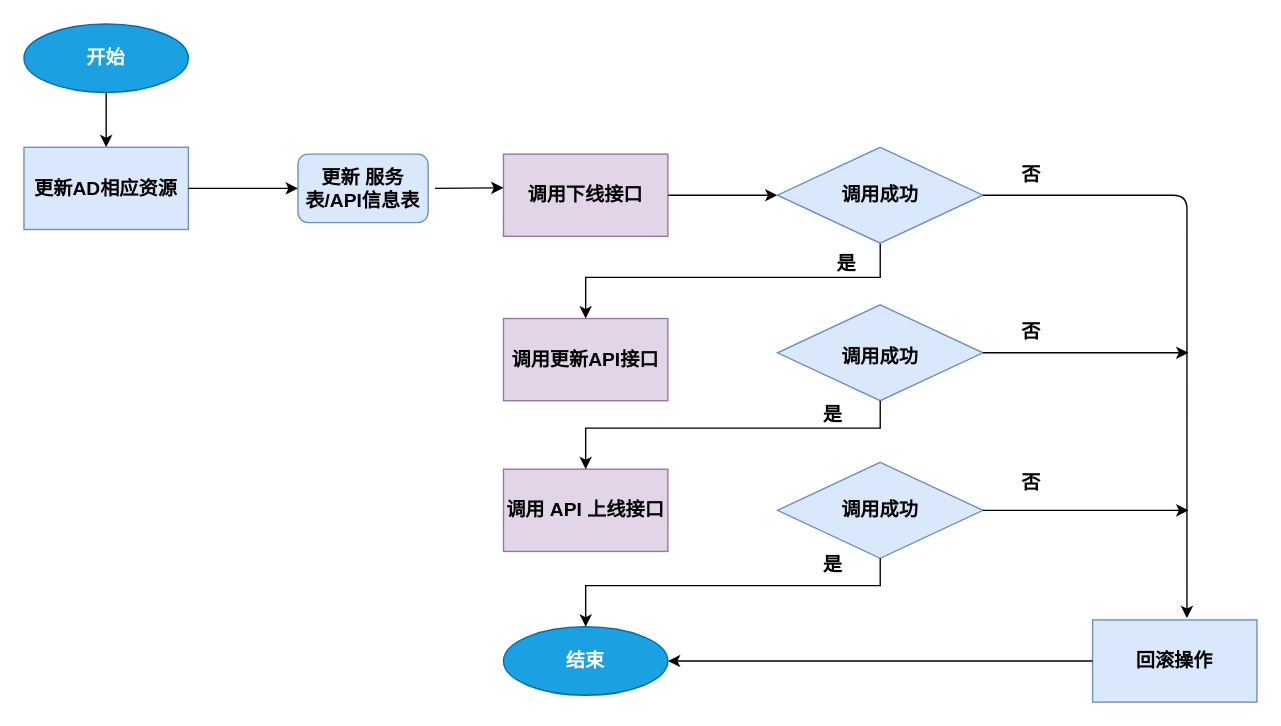
Earlier version of the draw.io diagram page "修改API服务流程" (5 of 9) of 国税总局迭代三设计.drawio (helemile/notes). Source tidied: cells renumbered, new cells numbered last; positions are measured from the earlier drawing's top-left corner, leaving out a move shared by most shapes. Both pictures are drawn from the tidied source at 137%, with x=0, y=0 at pixel (23, 23).
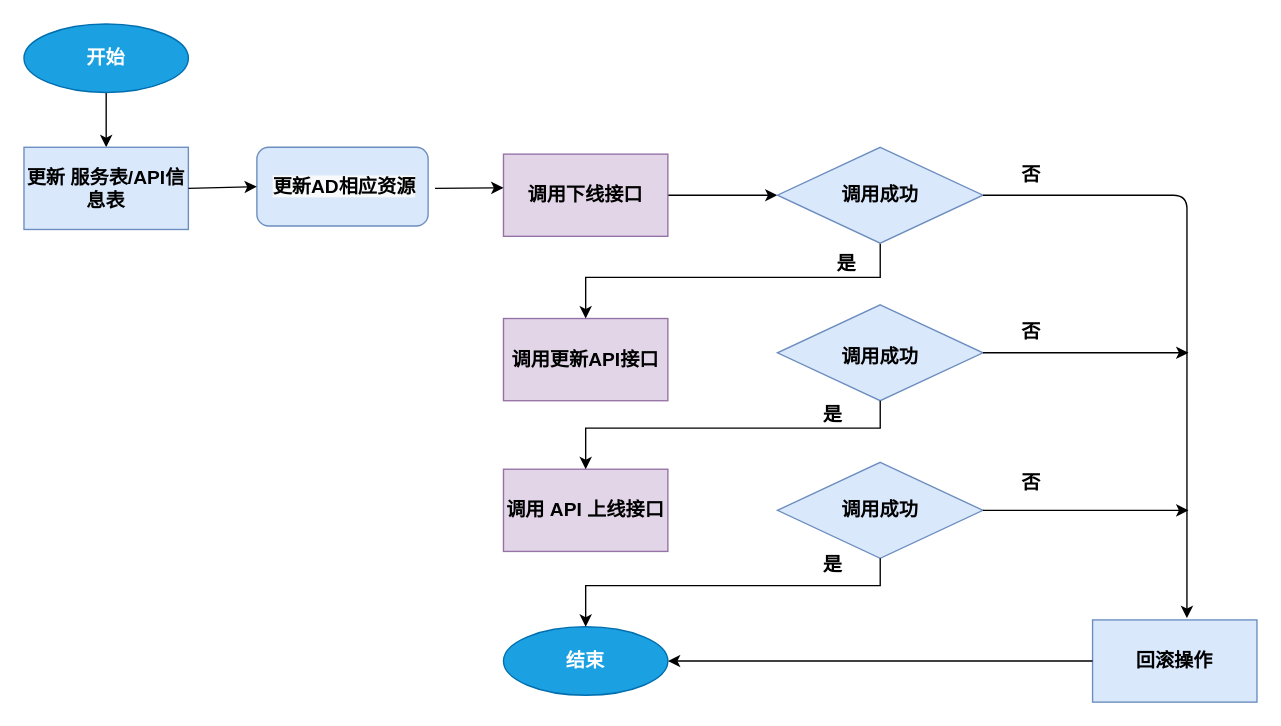
The same diagram, later.

What changed in the source:
```diff
@@
-    <mxCell id="9" value="更新AD相应资源" style="rounded=0;whiteSpace=wrap;html=1;fontSize=14;fillColor=#dae8fc;strokeColor=#6c8ebf;fontStyle=1;" parent="1" vertex="1">
+    <mxCell id="9" value="&lt;span&gt;更新 服务表/API信息表&lt;/span&gt;" style="rounded=0;whiteSpace=wrap;html=1;fontSize=14;fillColor=#dae8fc;strokeColor=#6c8ebf;fontStyle=1;" parent="1" vertex="1">
       <mxGeometry y="90" width="120" height="60" as="geometry" />
     </mxCell>
@@
-    <mxCell id="26" value="更新 服务表/API信息表" style="rounded=1;whiteSpace=wrap;html=1;fontSize=14;fontStyle=1;fillColor=#dae8fc;strokeColor=#6c8ebf;" parent="1" vertex="1">
-      <mxGeometry x="200" y="95" width="95" height="50" as="geometry" />
+    <mxCell id="26" style="rounded=1;whiteSpace=wrap;html=1;fontSize=14;fontStyle=1;fillColor=#dae8fc;strokeColor=#6c8ebf;" parent="1" vertex="1">
+      <mxGeometry x="170" y="90" width="125" height="57.5" as="geometry" />
     </mxCell>
@@
+    <mxCell id="33" value="&lt;span style=&quot;color: rgb(0, 0, 0); font-family: helvetica; font-size: 14px; font-style: normal; font-weight: 700; letter-spacing: normal; text-align: center; text-indent: 0px; text-transform: none; word-spacing: 0px; background-color: rgb(248, 249, 250); display: inline; float: none;&quot;&gt;更新AD相应资源&lt;/span&gt;" style="text;whiteSpace=wrap;html=1;fontSize=14;" parent="1" vertex="1">
+      <mxGeometry x="180" y="103.8" width="130" height="30" as="geometry" />
+    </mxCell>
```
